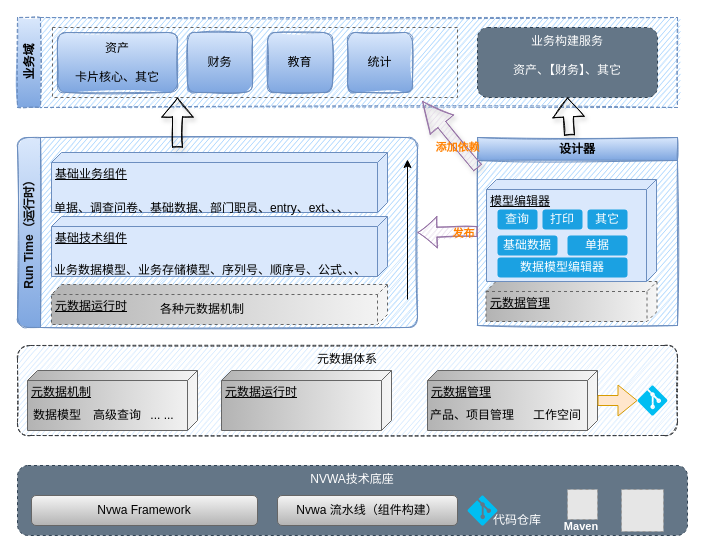
Above: page "架构图" (1 of 3) of 轻量级业务构建体系.drawio in lornezhang66/draw.io (draw.io), before the change. Source tidied: cells renumbered, new cells numbered last; positions are measured from the earlier drawing's top-left corner, leaving out a move shared by most shapes. Both pictures are drawn from the tidied source at 100%, with x=0, y=0 at pixel (17, 17). Pictures stored in the file or linked from it are replaced by grey dashed boxes.
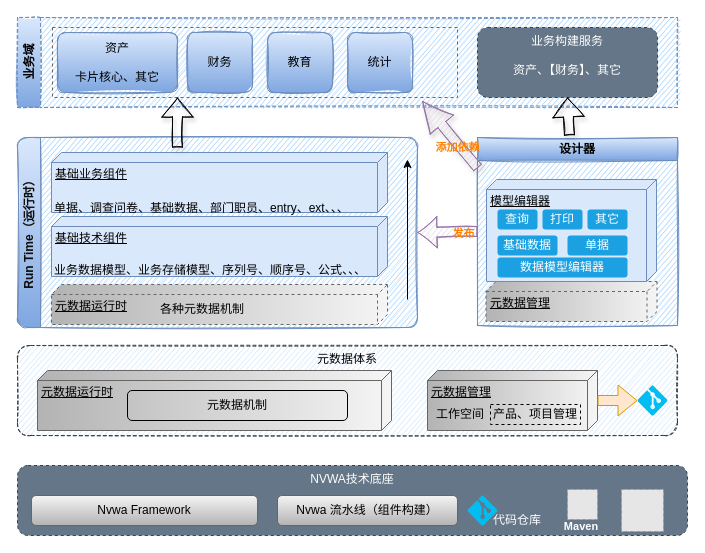
The same page after the edit.

Commit message:
更新轻量级业务构建体系.drawio

What changed in the source:
```diff
@@
-    <mxCell id="10" value="元数据机制" style="verticalAlign=top;align=left;spacingTop=8;spacingLeft=2;spacingRight=12;shape=cube;size=10;direction=south;fontStyle=4;html=1;fillColor=#f5f5f5;strokeColor=#666666;gradientColor=#b3b3b3;" parent="1" vertex="1">
-      <mxGeometry x="10" y="353" width="170" height="60" as="geometry" />
-    </mxCell>
@@
-    <mxCell id="13" value="数据模型" style="text;html=1;fillColor=none;align=center;verticalAlign=middle;whiteSpace=wrap;rounded=0;dashed=1;" parent="1" vertex="1">
-      <mxGeometry x="10" y="388" width="60" height="20" as="geometry" />
-    </mxCell>
-    <mxCell id="14" value="高级查询" style="text;html=1;fillColor=none;align=center;verticalAlign=middle;whiteSpace=wrap;rounded=0;dashed=1;" parent="1" vertex="1">
-      <mxGeometry x="70" y="388" width="60" height="20" as="geometry" />
-    </mxCell>
-    <mxCell id="15" value="... ..." style="text;html=1;fillColor=none;align=center;verticalAlign=middle;whiteSpace=wrap;rounded=0;dashed=1;" parent="1" vertex="1">
-      <mxGeometry x="130" y="388" width="30" height="20" as="geometry" />
-    </mxCell>
     <mxCell id="16" value="元数据运行时" style="verticalAlign=top;align=left;spacingTop=8;spacingLeft=2;spacingRight=12;shape=cube;size=10;direction=south;fontStyle=4;html=1;fillColor=#f5f5f5;strokeColor=#666666;gradientColor=#b3b3b3;" parent="1" vertex="1">
-      <mxGeometry x="204" y="353" width="170" height="60" as="geometry" />
+      <mxGeometry x="20" y="353" width="354" height="60" as="geometry" />
     </mxCell>
@@
     <mxCell id="18" value="工作空间" style="text;html=1;fillColor=none;align=center;verticalAlign=middle;whiteSpace=wrap;rounded=0;dashed=1;" parent="1" vertex="1">
-      <mxGeometry x="510" y="388" width="60" height="20" as="geometry" />
+      <mxGeometry x="413" y="387" width="60" height="20" as="geometry" />
     </mxCell>
-    <mxCell id="19" value="产品、项目管理" style="text;html=1;fillColor=none;align=center;verticalAlign=middle;whiteSpace=wrap;rounded=0;dashed=1;" parent="1" vertex="1">
-      <mxGeometry x="410" y="388" width="90" height="20" as="geometry" />
+    <mxCell id="19" value="产品、项目管理" style="text;html=1;fillColor=none;align=center;verticalAlign=middle;whiteSpace=wrap;rounded=0;dashed=1;strokeColor=default;" parent="1" vertex="1">
+      <mxGeometry x="473" y="387" width="90" height="20" as="geometry" />
     </mxCell>
@@
+    <mxCell id="10" value="元数据机制" style="rounded=1;whiteSpace=wrap;html=1;fillColor=none;" parent="1" vertex="1">
+      <mxGeometry x="110" y="373" width="220" height="30" as="geometry" />
+    </mxCell>
```
